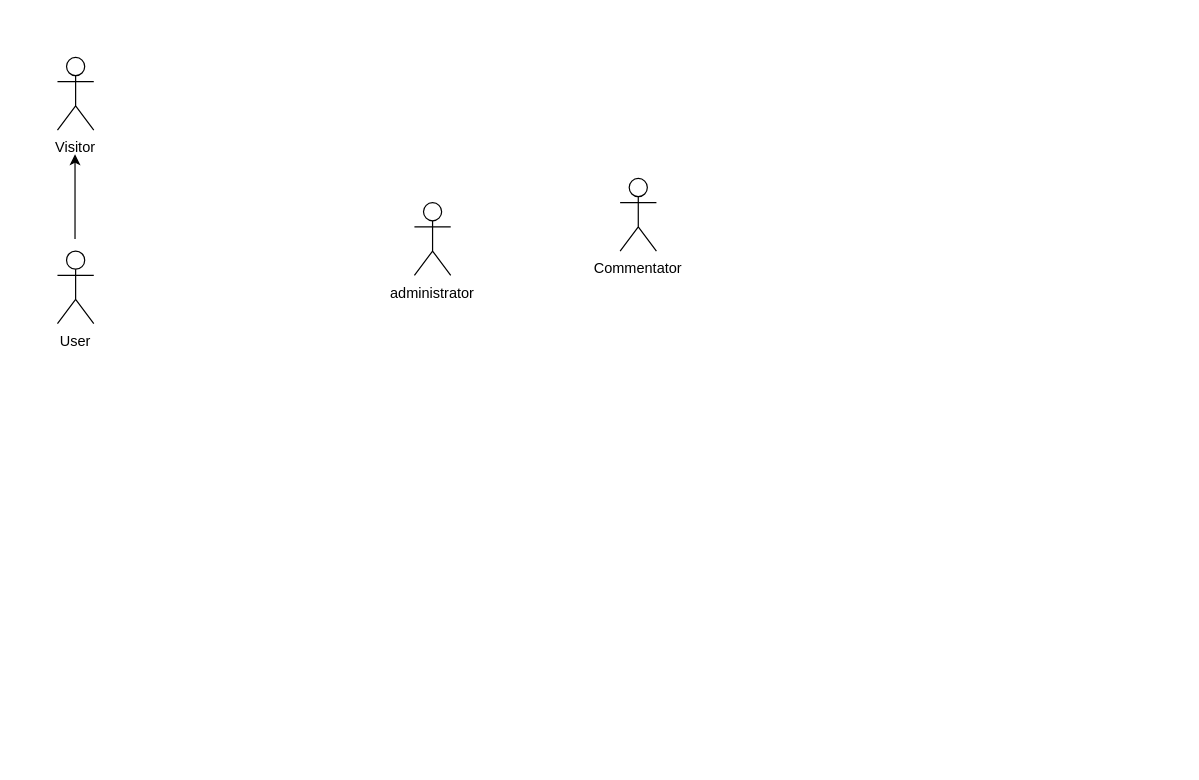
This is Diagramme_cas utilisation.drawio from jerome80600out/ECF-Bachelor-22-24, a draw.io file, before an edit. Source tidied: cells renumbered, new cells numbered last; positions are measured from the earlier drawing's top-left corner, leaving out a move shared by most shapes. Both pictures are drawn from the tidied source at 121%, with x=0, y=0 at pixel (39, 57).
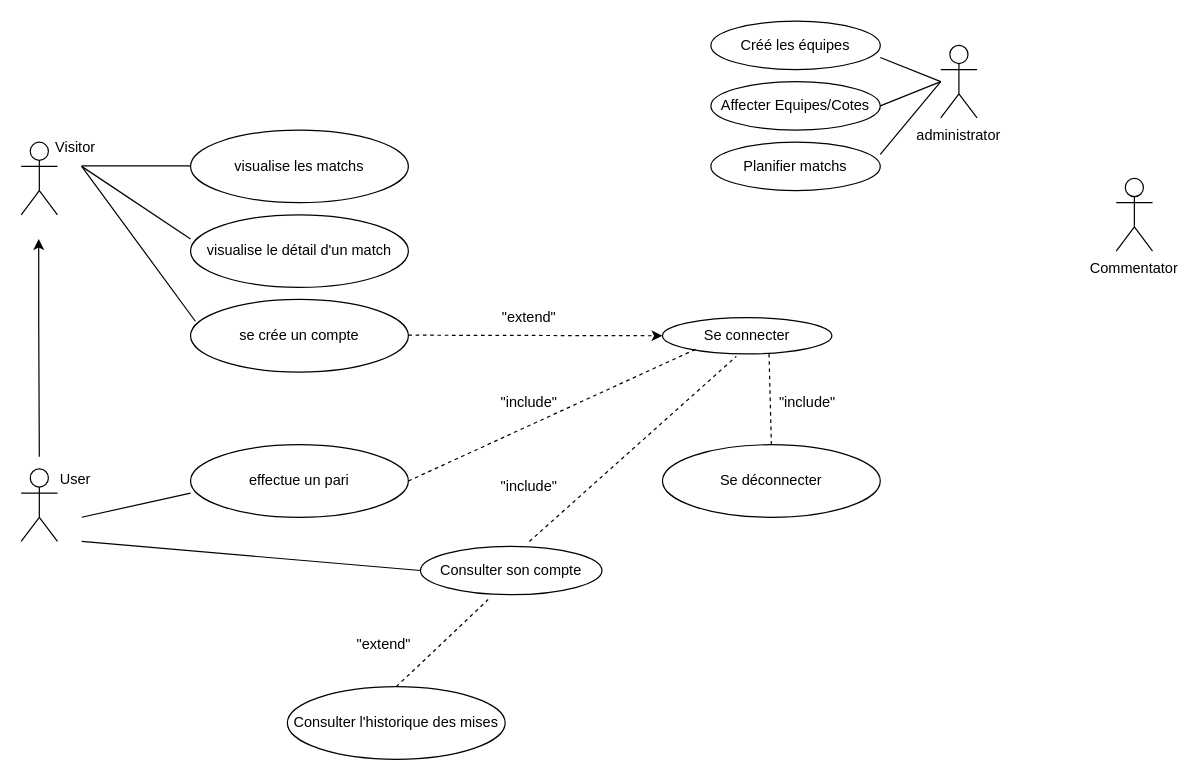
Above is the later version.

The edit, as a diff of the source:
```diff
@@
     <mxCell id="2" style="shape=umlActor;verticalLabelPosition=bottom;verticalAlign=top;html=1;" parent="1" vertex="1">
-      <mxGeometry x="15" width="30" height="60" as="geometry" />
+      <mxGeometry x="-15" y="70" width="30" height="60" as="geometry" />
     </mxCell>
@@
     <mxCell id="4" style="shape=umlActor;verticalLabelPosition=bottom;verticalAlign=top;html=1;" parent="1" vertex="1">
-      <mxGeometry x="15" y="160" width="30" height="60" as="geometry" />
+      <mxGeometry x="-15" y="340" width="30" height="60" as="geometry" />
     </mxCell>
     <mxCell id="5" value="User" style="text;html=1;strokeColor=none;fillColor=none;align=center;verticalAlign=middle;whiteSpace=wrap;rounded=0;" parent="1" vertex="1">
-      <mxGeometry y="220" width="60" height="30" as="geometry" />
+      <mxGeometry y="334" width="60" height="30" as="geometry" />
     </mxCell>
     <mxCell id="6" style="shape=umlActor;verticalLabelPosition=bottom;verticalAlign=top;html=1;" parent="1" vertex="1">
-      <mxGeometry x="310" y="120" width="30" height="60" as="geometry" />
+      <mxGeometry x="745" y="-10" width="30" height="60" as="geometry" />
     </mxCell>
     <mxCell id="7" value="administrator" style="text;html=1;strokeColor=none;fillColor=none;align=center;verticalAlign=middle;whiteSpace=wrap;rounded=0;" parent="1" vertex="1">
-      <mxGeometry x="295" y="180" width="60" height="30" as="geometry" />
+      <mxGeometry x="730" y="50" width="60" height="30" as="geometry" />
     </mxCell>
     <mxCell id="8" style="shape=umlActor;verticalLabelPosition=bottom;verticalAlign=top;html=1;" parent="1" vertex="1">
-      <mxGeometry x="480" y="100" width="30" height="60" as="geometry" />
+      <mxGeometry x="890" y="100" width="30" height="60" as="geometry" />
     </mxCell>
     <mxCell id="9" value="Commentator" style="text;html=1;strokeColor=none;fillColor=none;align=center;verticalAlign=middle;whiteSpace=wrap;rounded=0;" parent="1" vertex="1">
-      <mxGeometry x="465" y="160" width="60" height="30" as="geometry" />
+      <mxGeometry x="875" y="160" width="60" height="30" as="geometry" />
     </mxCell>
     <mxCell id="10" style="endArrow=classic;html=1;rounded=0;" parent="1" edge="1">
       <mxGeometry relative="1" as="geometry">
-        <mxPoint x="29.5" y="150" as="sourcePoint" />
-        <mxPoint x="29.5" y="80" as="targetPoint" />
+        <mxPoint x="-0.5" y="220" as="sourcePoint" />
+        <mxPoint x="-0.5" y="150" as="targetPoint" />
         <Array as="points">
-          <mxPoint x="29.5" y="150" />
+          <mxPoint y="330" />
+          <mxPoint x="-0.5" y="220" />
         </Array>
       </mxGeometry>
     </mxCell>
+    <mxCell id="11" value="visualise les matchs" style="ellipse;whiteSpace=wrap;html=1;" parent="1" vertex="1">
+      <mxGeometry x="125" y="60" width="180" height="60" as="geometry" />
+    </mxCell>
+    <mxCell id="12" style="endArrow=none;html=1;rounded=0;" parent="1" edge="1">
+      <mxGeometry relative="1" as="geometry">
+        <mxPoint x="35" y="89.5" as="sourcePoint" />
+        <mxPoint x="125" y="89.5" as="targetPoint" />
+      </mxGeometry>
+    </mxCell>
+    <mxCell id="13" value="visualise le détail d'un match" style="ellipse;whiteSpace=wrap;html=1;" parent="1" vertex="1">
+      <mxGeometry x="125" y="130" width="180" height="60" as="geometry" />
+    </mxCell>
+    <mxCell id="14" value="se crée un compte" style="ellipse;whiteSpace=wrap;html=1;" parent="1" vertex="1">
+      <mxGeometry x="125" y="200" width="180" height="60" as="geometry" />
+    </mxCell>
+    <mxCell id="15" value="Se connecter" style="ellipse;whiteSpace=wrap;html=1;" parent="1" vertex="1">
+      <mxGeometry x="515" y="215" width="140" height="30" as="geometry" />
+    </mxCell>
+    <mxCell id="16" style="endArrow=classic;html=1;rounded=0;entryX=0;entryY=0.5;entryDx=0;entryDy=0;dashed=1;" parent="1" edge="1">
+      <mxGeometry relative="1" as="geometry">
+        <mxPoint x="305" y="229.5" as="sourcePoint" />
+        <mxPoint x="515" y="230" as="targetPoint" />
+      </mxGeometry>
+    </mxCell>
+    <mxCell id="17" value="&quot;extend&quot;" style="text;html=1;strokeColor=none;fillColor=none;align=center;verticalAlign=middle;whiteSpace=wrap;rounded=0;" parent="1" vertex="1">
+      <mxGeometry x="375" y="200" width="60" height="30" as="geometry" />
+    </mxCell>
+    <mxCell id="18" value="effectue un pari" style="ellipse;whiteSpace=wrap;html=1;" parent="1" vertex="1">
+      <mxGeometry x="125" y="320" width="180" height="60" as="geometry" />
+    </mxCell>
+    <mxCell id="19" style="endArrow=none;dashed=1;html=1;rounded=0;entryX=0.214;entryY=0.833;entryDx=0;entryDy=0;entryPerimeter=0;" parent="1" edge="1" target="15">
+      <mxGeometry relative="1" as="geometry">
+        <mxPoint x="305" y="350" as="sourcePoint" />
+      </mxGeometry>
+    </mxCell>
+    <mxCell id="20" value="&quot;include&quot;" style="text;html=1;strokeColor=none;fillColor=none;align=center;verticalAlign=middle;whiteSpace=wrap;rounded=0;" parent="1" vertex="1">
+      <mxGeometry x="375" y="270" width="60" height="30" as="geometry" />
+    </mxCell>
+    <mxCell id="21" style="endArrow=none;html=1;rounded=0;exitX=0;exitY=0.333;exitDx=0;exitDy=0;exitPerimeter=0;" parent="1" edge="1" source="13">
+      <mxGeometry relative="1" as="geometry">
+        <mxPoint x="35" y="90" as="targetPoint" />
+      </mxGeometry>
+    </mxCell>
+    <mxCell id="22" style="endArrow=none;html=1;rounded=0;exitX=0.022;exitY=0.3;exitDx=0;exitDy=0;exitPerimeter=0;" parent="1" edge="1" source="14">
+      <mxGeometry relative="1" as="geometry">
+        <mxPoint x="35" y="90" as="targetPoint" />
+      </mxGeometry>
+    </mxCell>
+    <mxCell id="23" style="endArrow=none;html=1;rounded=0;" parent="1" edge="1">
+      <mxGeometry relative="1" as="geometry">
+        <mxPoint x="125" y="360" as="sourcePoint" />
+        <mxPoint x="35" y="380" as="targetPoint" />
+      </mxGeometry>
+    </mxCell>
+    <mxCell id="24" value="Se déconnecter" style="ellipse;whiteSpace=wrap;html=1;" parent="1" vertex="1">
+      <mxGeometry x="515" y="320" width="180" height="60" as="geometry" />
+    </mxCell>
+    <mxCell id="25" style="endArrow=none;dashed=1;html=1;rounded=0;entryX=0.629;entryY=1;entryDx=0;entryDy=0;entryPerimeter=0;" parent="1" edge="1" target="15">
+      <mxGeometry relative="1" as="geometry">
+        <mxPoint x="605" y="320" as="sourcePoint" />
+      </mxGeometry>
+    </mxCell>
+    <mxCell id="26" value="&quot;include&quot;" style="text;html=1;strokeColor=none;fillColor=none;align=center;verticalAlign=middle;whiteSpace=wrap;rounded=0;" parent="1" vertex="1">
+      <mxGeometry x="605" y="270" width="60" height="30" as="geometry" />
+    </mxCell>
+    <mxCell id="27" value="Consulter son compte" style="ellipse;whiteSpace=wrap;html=1;" parent="1" vertex="1">
+      <mxGeometry x="315" y="404" width="150" height="40" as="geometry" />
+    </mxCell>
+    <mxCell id="28" style="endArrow=none;dashed=1;html=1;rounded=0;entryX=0.436;entryY=1.067;entryDx=0;entryDy=0;entryPerimeter=0;" parent="1" edge="1" target="15">
+      <mxGeometry relative="1" as="geometry">
+        <mxPoint x="405" y="400" as="sourcePoint" />
+      </mxGeometry>
+    </mxCell>
+    <mxCell id="29" value="&quot;include&quot;" style="text;html=1;strokeColor=none;fillColor=none;align=center;verticalAlign=middle;whiteSpace=wrap;rounded=0;" parent="1" vertex="1">
+      <mxGeometry x="375" y="340" width="60" height="30" as="geometry" />
+    </mxCell>
+    <mxCell id="30" value="Consulter l'historique des mises" style="ellipse;whiteSpace=wrap;html=1;" parent="1" vertex="1">
+      <mxGeometry x="205" y="520" width="180" height="60" as="geometry" />
+    </mxCell>
+    <mxCell id="31" style="endArrow=none;dashed=1;html=1;rounded=0;entryX=0.373;entryY=1.1;entryDx=0;entryDy=0;exitX=0.5;exitY=0;exitDx=0;exitDy=0;entryPerimeter=0;" parent="1" edge="1" source="30" target="27">
+      <mxGeometry relative="1" as="geometry" />
+    </mxCell>
+    <mxCell id="32" value="&quot;extend&quot;" style="text;html=1;strokeColor=none;fillColor=none;align=center;verticalAlign=middle;whiteSpace=wrap;rounded=0;" parent="1" vertex="1">
+      <mxGeometry x="255" y="470" width="60" height="30" as="geometry" />
+    </mxCell>
+    <mxCell id="33" style="endArrow=none;html=1;rounded=0;entryX=0;entryY=0.5;entryDx=0;entryDy=0;" parent="1" edge="1" target="27">
+      <mxGeometry relative="1" as="geometry">
+        <mxPoint x="35" y="400" as="sourcePoint" />
+      </mxGeometry>
+    </mxCell>
+    <mxCell id="34" value="Créé les équipes" style="ellipse;whiteSpace=wrap;html=1;" parent="1" vertex="1">
+      <mxGeometry x="555" y="-30" width="140" height="40" as="geometry" />
+    </mxCell>
+    <mxCell id="35" value="Affecter Equipes/Cotes" style="ellipse;whiteSpace=wrap;html=1;" parent="1" vertex="1">
+      <mxGeometry x="555" y="20" width="140" height="40" as="geometry" />
+    </mxCell>
+    <mxCell id="36" value="Planifier matchs" style="ellipse;whiteSpace=wrap;html=1;" parent="1" vertex="1">
+      <mxGeometry x="555" y="70" width="140" height="40" as="geometry" />
+    </mxCell>
+    <mxCell id="37" style="endArrow=none;html=1;rounded=0;" parent="1" edge="1">
+      <mxGeometry relative="1" as="geometry">
+        <mxPoint x="695" as="sourcePoint" />
+        <mxPoint x="745" y="20" as="targetPoint" />
+      </mxGeometry>
+    </mxCell>
+    <mxCell id="38" style="endArrow=none;html=1;rounded=0;exitX=1;exitY=0.5;exitDx=0;exitDy=0;" parent="1" edge="1" source="35">
+      <mxGeometry relative="1" as="geometry">
+        <mxPoint x="745" y="20" as="targetPoint" />
+      </mxGeometry>
+    </mxCell>
+    <mxCell id="39" style="endArrow=none;html=1;rounded=0;" parent="1" edge="1">
+      <mxGeometry relative="1" as="geometry">
+        <mxPoint x="695" y="80" as="sourcePoint" />
+        <mxPoint x="745" y="20" as="targetPoint" />
+      </mxGeometry>
+    </mxCell>
```
